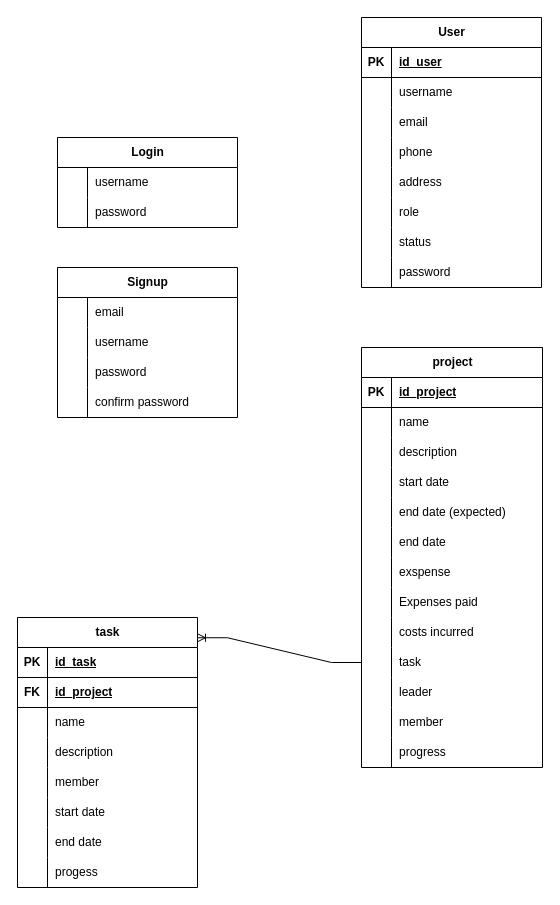
Earlier version of the draw.io diagram ERD-Manager-project.drawio (seaesa/project-managerment). Source tidied: cells renumbered, new cells numbered last; positions are measured from the earlier drawing's top-left corner, leaving out a move shared by most shapes. Both pictures are drawn from the tidied source at 100%, with x=0, y=0 at pixel (17, 17).
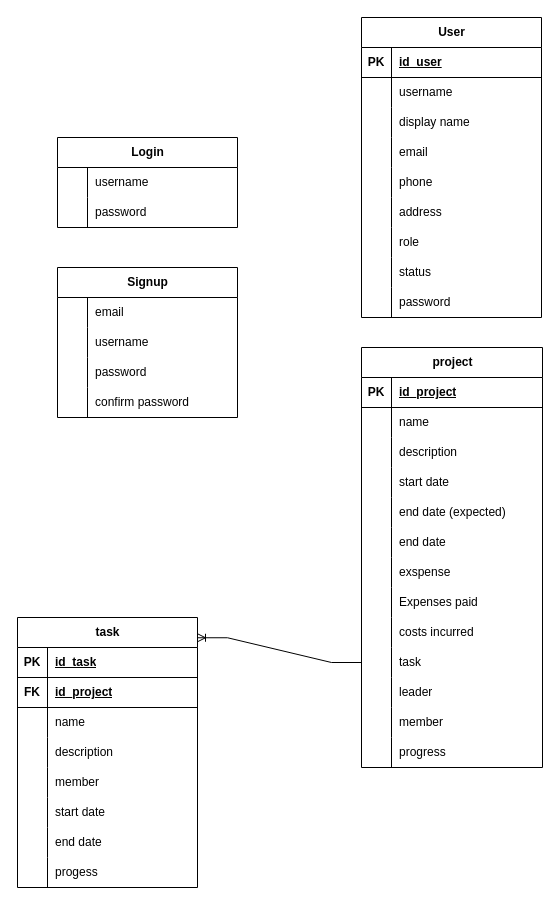
After the change.

Change to the diagram source:
```diff
@@
     <mxCell id="88" value="User" style="shape=table;startSize=30;childLayout=tableLayout;rowLines=0;fontStyle=1;align=center;html=1;" parent="1" vertex="1">
-      <mxGeometry x="344" width="180" height="270" as="geometry" />
+      <mxGeometry x="344" width="180" height="300" as="geometry" />
     </mxCell>
@@
+    <mxCell id="113" style="shape=tableRow;horizontal=0;startSize=0;swimlaneHead=0;swimlaneBody=0;fillColor=none;top=0;left=0;right=0;bottom=0;" parent="88" vertex="1">
+      <mxGeometry y="90" width="180" height="30" as="geometry" />
+    </mxCell>
+    <mxCell id="114" style="shape=partialRectangle;fillColor=none;top=0;left=0;bottom=0;right=0;overflow=hidden;whiteSpace=wrap;html=1;" parent="113" vertex="1">
+      <mxGeometry width="30" height="30" as="geometry" />
+    </mxCell>
+    <mxCell id="115" value="display name" style="shape=partialRectangle;fillColor=none;top=0;left=0;bottom=0;right=0;align=left;spacingLeft=6;overflow=hidden;whiteSpace=wrap;html=1;" parent="113" vertex="1">
+      <mxGeometry x="30" width="150" height="30" as="geometry" />
+    </mxCell>
     <mxCell id="95" style="shape=tableRow;horizontal=0;startSize=0;swimlaneHead=0;swimlaneBody=0;fillColor=none;top=0;left=0;right=0;bottom=0;" parent="88" vertex="1">
-      <mxGeometry y="90" width="180" height="30" as="geometry" />
+      <mxGeometry y="120" width="180" height="30" as="geometry" />
     </mxCell>
@@
     <mxCell id="98" style="shape=tableRow;horizontal=0;startSize=0;swimlaneHead=0;swimlaneBody=0;fillColor=none;top=0;left=0;right=0;bottom=0;" parent="88" vertex="1">
-      <mxGeometry y="120" width="180" height="30" as="geometry" />
+      <mxGeometry y="150" width="180" height="30" as="geometry" />
     </mxCell>
@@
     <mxCell id="101" style="shape=tableRow;horizontal=0;startSize=0;swimlaneHead=0;swimlaneBody=0;fillColor=none;top=0;left=0;right=0;bottom=0;" parent="88" vertex="1">
-      <mxGeometry y="150" width="180" height="30" as="geometry" />
+      <mxGeometry y="180" width="180" height="30" as="geometry" />
     </mxCell>
@@
     <mxCell id="104" style="shape=tableRow;horizontal=0;startSize=0;swimlaneHead=0;swimlaneBody=0;fillColor=none;top=0;left=0;right=0;bottom=0;" parent="88" vertex="1">
-      <mxGeometry y="180" width="180" height="30" as="geometry" />
+      <mxGeometry y="210" width="180" height="30" as="geometry" />
     </mxCell>
@@
     <mxCell id="107" style="shape=tableRow;horizontal=0;startSize=0;swimlaneHead=0;swimlaneBody=0;fillColor=none;top=0;left=0;right=0;bottom=0;" parent="88" vertex="1">
-      <mxGeometry y="210" width="180" height="30" as="geometry" />
+      <mxGeometry y="240" width="180" height="30" as="geometry" />
     </mxCell>
@@
     <mxCell id="110" style="shape=tableRow;horizontal=0;startSize=0;swimlaneHead=0;swimlaneBody=0;fillColor=none;top=0;left=0;right=0;bottom=0;" parent="88" vertex="1">
-      <mxGeometry y="240" width="180" height="30" as="geometry" />
+      <mxGeometry y="270" width="180" height="30" as="geometry" />
     </mxCell>
```
